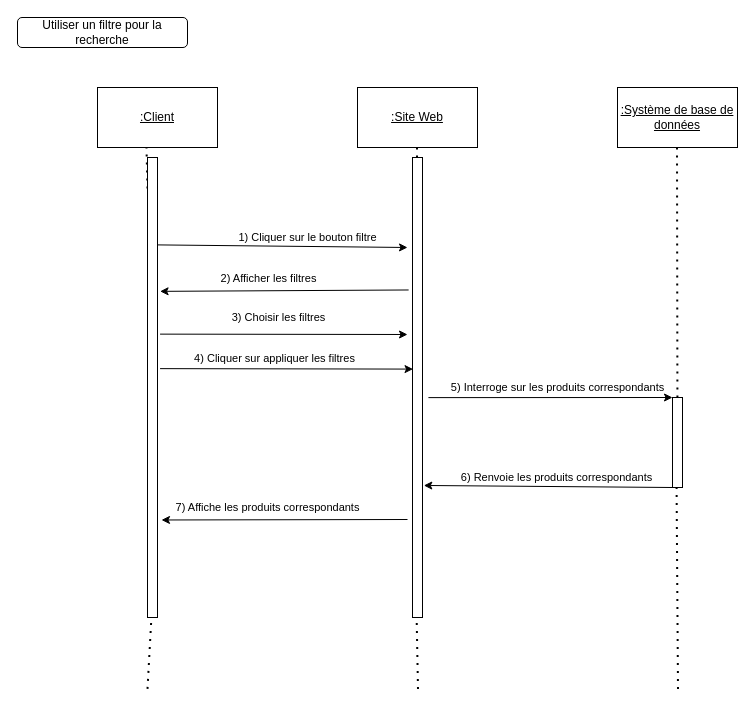
Above: Séquence SD.drawio in Pi-erren/Canard_Dodu (draw.io), before the change. Source tidied: cells renumbered, new cells numbered last; positions are measured from the earlier drawing's top-left corner, leaving out a move shared by most shapes. Both pictures are drawn from the tidied source at 100%, with x=0, y=0 at pixel (17, 17).
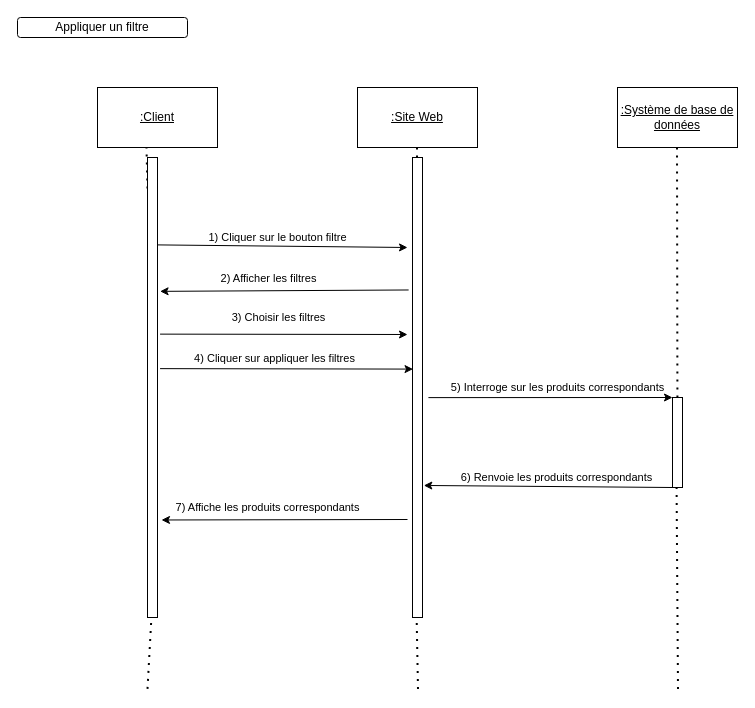
The same page after the edit.

Commit message:
Mettre à jour Séquence SD.drawio

Unchanged cells that the change refers to:
```xml
<mxCell id="10" style="rounded=0;whiteSpace=wrap;html=1;" parent="1" vertex="1">
  <mxGeometry x="130" y="140" width="10" height="460" as="geometry" />
</mxCell>
```

Diff of the diagram source:
```diff
@@
-    <mxCell id="5" value="Utiliser un filtre pour la recherche" style="rounded=1;whiteSpace=wrap;html=1;" parent="1" vertex="1">
-      <mxGeometry width="170" height="30" as="geometry" />
+    <mxCell id="5" value="Appliquer un filtre" style="rounded=1;whiteSpace=wrap;html=1;" parent="1" vertex="1">
+      <mxGeometry width="170" height="20" as="geometry" />
     </mxCell>
@@
     <mxCell id="11" value="1) Cliquer sur le bouton filtre" style="endArrow=classic;html=1;rounded=0;exitX=0.971;exitY=0.19;exitDx=0;exitDy=0;exitPerimeter=0;" parent="1" edge="1" source="10">
-      <mxGeometry x="0.2" y="9" relative="1" as="geometry">
+      <mxGeometry x="-0.04" y="9" relative="1" as="geometry">
         <mxPoint x="390" y="230" as="targetPoint" />
       </mxGeometry>
     </mxCell>
```
